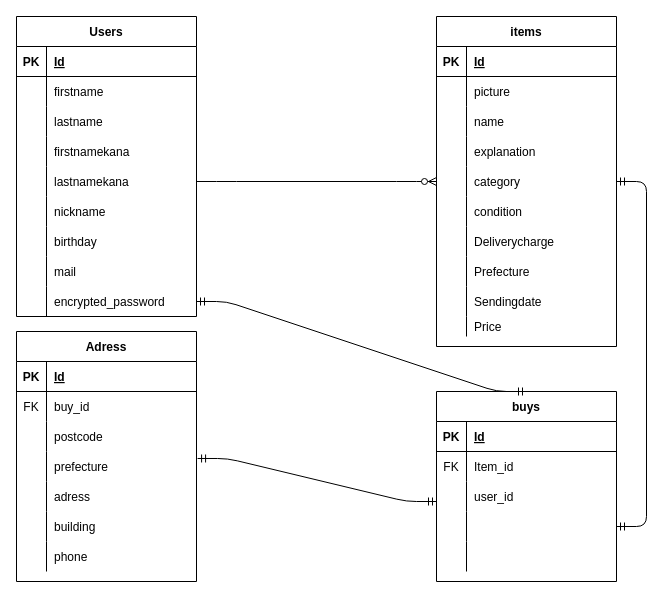
Above: app/controllers/ER.dio in fuchaan/furima-38284 (draw.io), before the change. Source tidied: cells renumbered, new cells numbered last; positions are measured from the earlier drawing's top-left corner, leaving out a move shared by most shapes. Both pictures are drawn from the tidied source at 100%, with x=0, y=0 at pixel (16, 16).
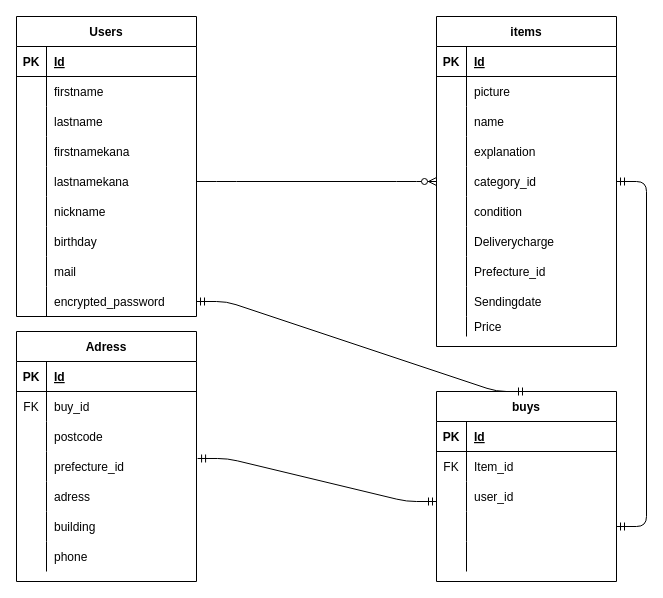
After the change.

Commit message (it also covers changes not shown here):
データベース設計修正

Unchanged cells that the change refers to:
```xml
<mxCell id="15" style="shape=partialRectangle;fillColor=none;top=0;left=0;bottom=0;right=0;points=[[0,0.5],[1,0.5]];portConstraint=eastwest;" parent="2" vertex="1">
  <mxGeometry y="150" width="180" height="30" as="geometry" />
</mxCell>
<mxCell id="24" style="shape=partialRectangle;fillColor=none;top=0;left=0;bottom=0;right=0;" parent="2" vertex="1">
  <mxGeometry y="240" width="180" height="30" as="geometry" />
</mxCell>
<mxCell id="89" style="shape=partialRectangle;fillColor=none;top=0;left=0;bottom=0;right=0;points=[[0,0.5],[1,0.5]];portConstraint=eastwest;" parent="79" vertex="1">
  <mxGeometry y="120" width="180" height="30" as="geometry" />
</mxCell>
```

Diff of the diagram source:
```diff
@@
-    <mxCell id="17" value="category" style="shape=partialRectangle;fillColor=none;top=0;left=0;bottom=0;right=0;align=left;spacingLeft=6;overflow=hidden;" parent="15" vertex="1">
+    <mxCell id="17" value="category_id" style="shape=partialRectangle;fillColor=none;top=0;left=0;bottom=0;right=0;align=left;spacingLeft=6;overflow=hidden;" parent="15" vertex="1">
       <mxGeometry x="30" width="150" height="30" as="geometry" />
     </mxCell>
@@
-    <mxCell id="26" value="Prefecture" style="shape=partialRectangle;fillColor=none;top=0;left=0;bottom=0;right=0;align=left;spacingLeft=6;overflow=hidden;" parent="24" vertex="1">
+    <mxCell id="26" value="Prefecture_id" style="shape=partialRectangle;fillColor=none;top=0;left=0;bottom=0;right=0;align=left;spacingLeft=6;overflow=hidden;" parent="24" vertex="1">
       <mxGeometry x="30" width="150" height="30" as="geometry" />
     </mxCell>
@@
-    <mxCell id="91" value="prefecture" style="shape=partialRectangle;fillColor=none;top=0;left=0;bottom=0;right=0;align=left;spacingLeft=6;overflow=hidden;" parent="89" vertex="1">
+    <mxCell id="91" value="prefecture_id" style="shape=partialRectangle;fillColor=none;top=0;left=0;bottom=0;right=0;align=left;spacingLeft=6;overflow=hidden;" parent="89" vertex="1">
       <mxGeometry x="30" width="150" height="30" as="geometry" />
     </mxCell>
```
